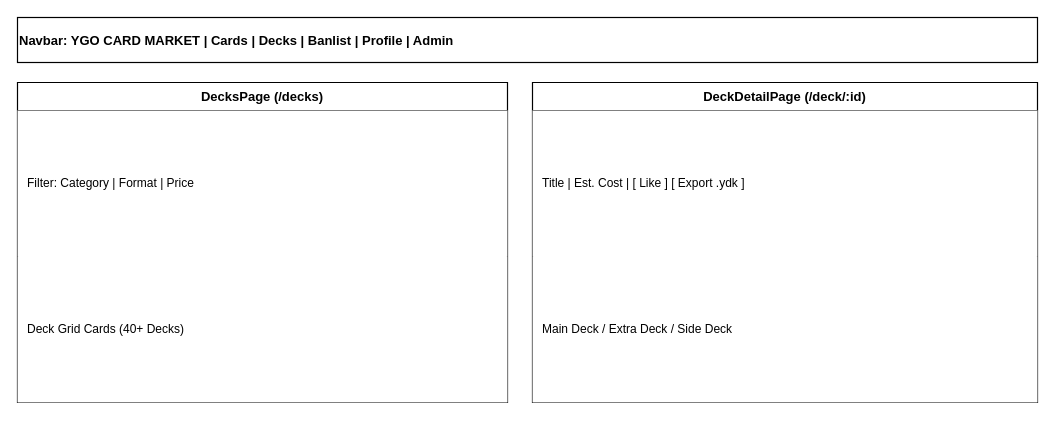
Above: page "3.3 DecksPage, DeckDetailPage & DeckBuilderPage Wireframe" (3 of 6) of Tai lieu/Draw.io/SRS_3_UI_Wireframes.drawio in minhthanh1806/PROJECT_SDN (draw.io), before the change. Source tidied: cells renumbered, new cells numbered last; positions are measured from the earlier drawing's top-left corner, leaving out a move shared by most shapes. Both pictures are drawn from the tidied source at 100%, with x=0, y=0 at pixel (17, 17).
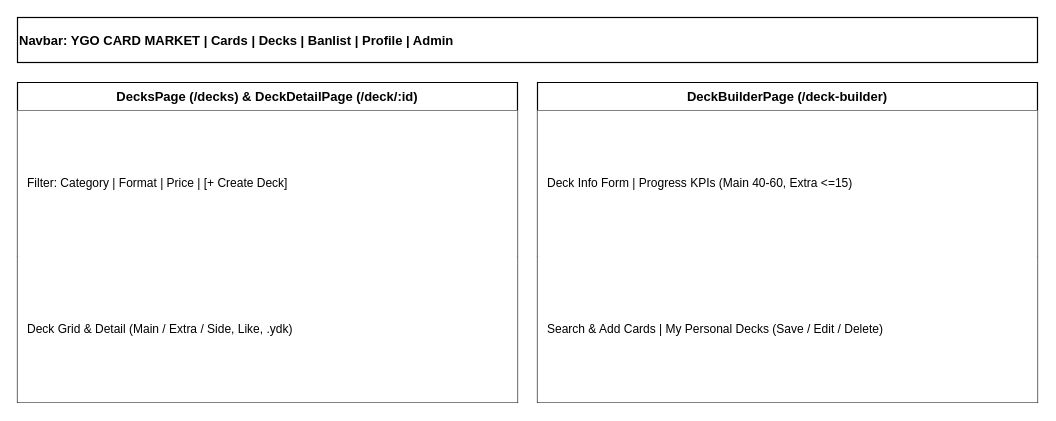
The same page after the edit.

Diff of the diagram source:
```diff
@@
 <mxGraphModel>
   <root>
     <mxCell id="0" />
     <mxCell id="1" parent="0" />
     <mxCell id="2" value="Navbar:   YGO CARD MARKET   |   Cards   |   Decks   |   Banlist   |   Profile   |   Admin" style="rounded=0;whiteSpace=wrap;html=1;fillColor=#ffffff;strokeColor=#000000;fontColor=#000000;fontSize=13;fontStyle=1;align=left;verticalAlign=middle;strokeWidth=1.2;" parent="1" vertex="1">
       <mxGeometry width="1020" height="45" as="geometry" />
     </mxCell>
-    <mxCell id="3" value="DecksPage (/decks)" style="swimlane;fontStyle=1;align=center;verticalAlign=top;horizontal=1;startSize=28;whiteSpace=wrap;html=1;fillColor=#ffffff;strokeColor=#000000;fontColor=#000000;fontSize=13;strokeWidth=1.2;" parent="1" vertex="1">
-      <mxGeometry y="65" width="490" height="320" as="geometry" />
+    <mxCell id="3" value="DecksPage (/decks) &amp; DeckDetailPage (/deck/:id)" style="swimlane;fontStyle=1;align=center;verticalAlign=top;horizontal=1;startSize=28;whiteSpace=wrap;html=1;fillColor=#ffffff;strokeColor=#000000;fontColor=#000000;fontSize=13;strokeWidth=1.2;" parent="1" vertex="1">
+      <mxGeometry y="65" width="500" height="320" as="geometry" />
     </mxCell>
-    <mxCell id="4" value="Filter: Category | Format | Price" style="text;strokeColor=none;fillColor=#ffffff;align=left;verticalAlign=middle;spacingLeft=8;whiteSpace=wrap;html=1;fontSize=12;fontColor=#000000;" parent="3" vertex="1">
-      <mxGeometry y="28" width="490" height="146" as="geometry" />
+    <mxCell id="4" value="Filter: Category | Format | Price | [+ Create Deck]" style="text;strokeColor=none;fillColor=#ffffff;align=left;verticalAlign=middle;spacingLeft=8;whiteSpace=wrap;html=1;fontSize=12;fontColor=#000000;" parent="3" vertex="1">
+      <mxGeometry y="28" width="500" height="146" as="geometry" />
     </mxCell>
-    <mxCell id="5" value="Deck Grid Cards (40+ Decks)" style="text;strokeColor=none;fillColor=#ffffff;align=left;verticalAlign=middle;spacingLeft=8;whiteSpace=wrap;html=1;fontSize=12;fontColor=#000000;" parent="3" vertex="1">
-      <mxGeometry y="174" width="490" height="146" as="geometry" />
+    <mxCell id="5" value="Deck Grid &amp; Detail (Main / Extra / Side, Like, .ydk)" style="text;strokeColor=none;fillColor=#ffffff;align=left;verticalAlign=middle;spacingLeft=8;whiteSpace=wrap;html=1;fontSize=12;fontColor=#000000;" parent="3" vertex="1">
+      <mxGeometry y="174" width="500" height="146" as="geometry" />
     </mxCell>
-    <mxCell id="6" value="DeckDetailPage (/deck/:id)" style="swimlane;fontStyle=1;align=center;verticalAlign=top;horizontal=1;startSize=28;whiteSpace=wrap;html=1;fillColor=#ffffff;strokeColor=#000000;fontColor=#000000;fontSize=13;strokeWidth=1.2;" parent="1" vertex="1">
-      <mxGeometry x="515" y="65" width="505" height="320" as="geometry" />
+    <mxCell id="6" value="DeckBuilderPage (/deck-builder)" style="swimlane;fontStyle=1;align=center;verticalAlign=top;horizontal=1;startSize=28;whiteSpace=wrap;html=1;fillColor=#ffffff;strokeColor=#000000;fontColor=#000000;fontSize=13;strokeWidth=1.2;" parent="1" vertex="1">
+      <mxGeometry x="520" y="65" width="500" height="320" as="geometry" />
     </mxCell>
-    <mxCell id="7" value="Title | Est. Cost | [ Like ] [ Export .ydk ]" style="text;strokeColor=none;fillColor=#ffffff;align=left;verticalAlign=middle;spacingLeft=8;whiteSpace=wrap;html=1;fontSize=12;fontColor=#000000;" parent="6" vertex="1">
-      <mxGeometry y="28" width="505" height="146" as="geometry" />
+    <mxCell id="7" value="Deck Info Form | Progress KPIs (Main 40-60, Extra &lt;=15)" style="text;strokeColor=none;fillColor=#ffffff;align=left;verticalAlign=middle;spacingLeft=8;whiteSpace=wrap;html=1;fontSize=12;fontColor=#000000;" parent="6" vertex="1">
+      <mxGeometry y="28" width="500" height="146" as="geometry" />
     </mxCell>
-    <mxCell id="8" value="Main Deck / Extra Deck / Side Deck" style="text;strokeColor=none;fillColor=#ffffff;align=left;verticalAlign=middle;spacingLeft=8;whiteSpace=wrap;html=1;fontSize=12;fontColor=#000000;" parent="6" vertex="1">
-      <mxGeometry y="174" width="505" height="146" as="geometry" />
+    <mxCell id="8" value="Search &amp; Add Cards | My Personal Decks (Save / Edit / Delete)" style="text;strokeColor=none;fillColor=#ffffff;align=left;verticalAlign=middle;spacingLeft=8;whiteSpace=wrap;html=1;fontSize=12;fontColor=#000000;" parent="6" vertex="1">
+      <mxGeometry y="174" width="500" height="146" as="geometry" />
     </mxCell>
   </root>
 </mxGraphModel>
```
